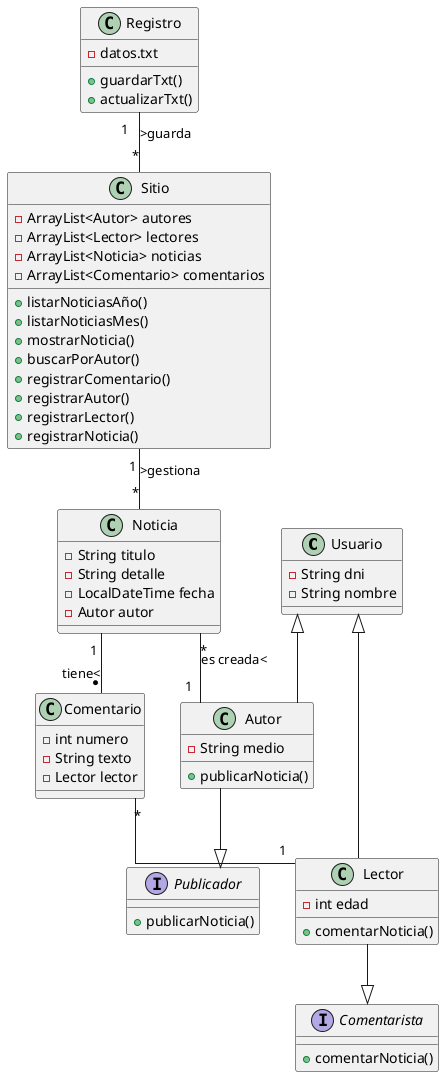
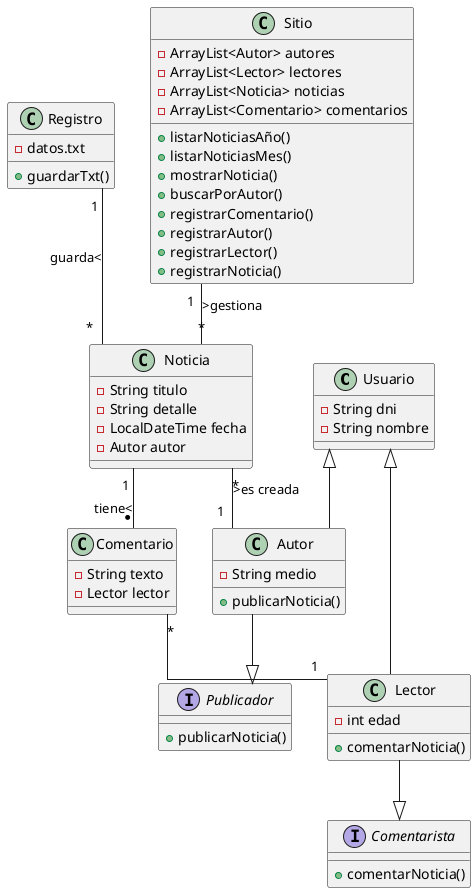
@startuml sistema-noticias
skinparam linetype ortho

class Usuario {
    -String dni
    -String nombre
}

class Registro {
    -datos.txt
    +guardarTxt()
-     +actualizarTxt()
}

class Lector {
    -int edad
    +comentarNoticia()
}

class Autor {
    -String medio
    +publicarNoticia()
}

class Noticia {
    -String titulo
    -String detalle
    -LocalDateTime fecha
    -Autor autor
}

class Comentario {
-     -int numero
    -String texto
    -Lector lector
}

interface Comentarista {
    +comentarNoticia()
}

interface Publicador {
    +publicarNoticia()
}

class Sitio {
    -ArrayList<Autor> autores
    -ArrayList<Lector> lectores
    -ArrayList<Noticia> noticias
    -ArrayList<Comentario> comentarios
    +listarNoticiasAño()
    +listarNoticiasMes()
    +mostrarNoticia()
    +buscarPorAutor()
    +registrarComentario()
    +registrarAutor()
    +registrarLector()
    +registrarNoticia()
}

' Herencia
Usuario <|-- Lector
Usuario <|-- Autor

' Interfaces
Lector --|> Comentarista
Autor --|> Publicador

' Asociaciones principales
- Noticia "*" -- "1" Autor : es creada<
+ Noticia "*" -- "1" Autor : >es creada
Noticia "1" -- "* " Comentario : tiene<
Comentario "*" -- "1" Lector
Sitio "1 " -- "*" Noticia : >gestiona
- Registro "1   " -- "*" Sitio : >guarda
+ Registro "1   " -- "*" Noticia : guarda<



@enduml